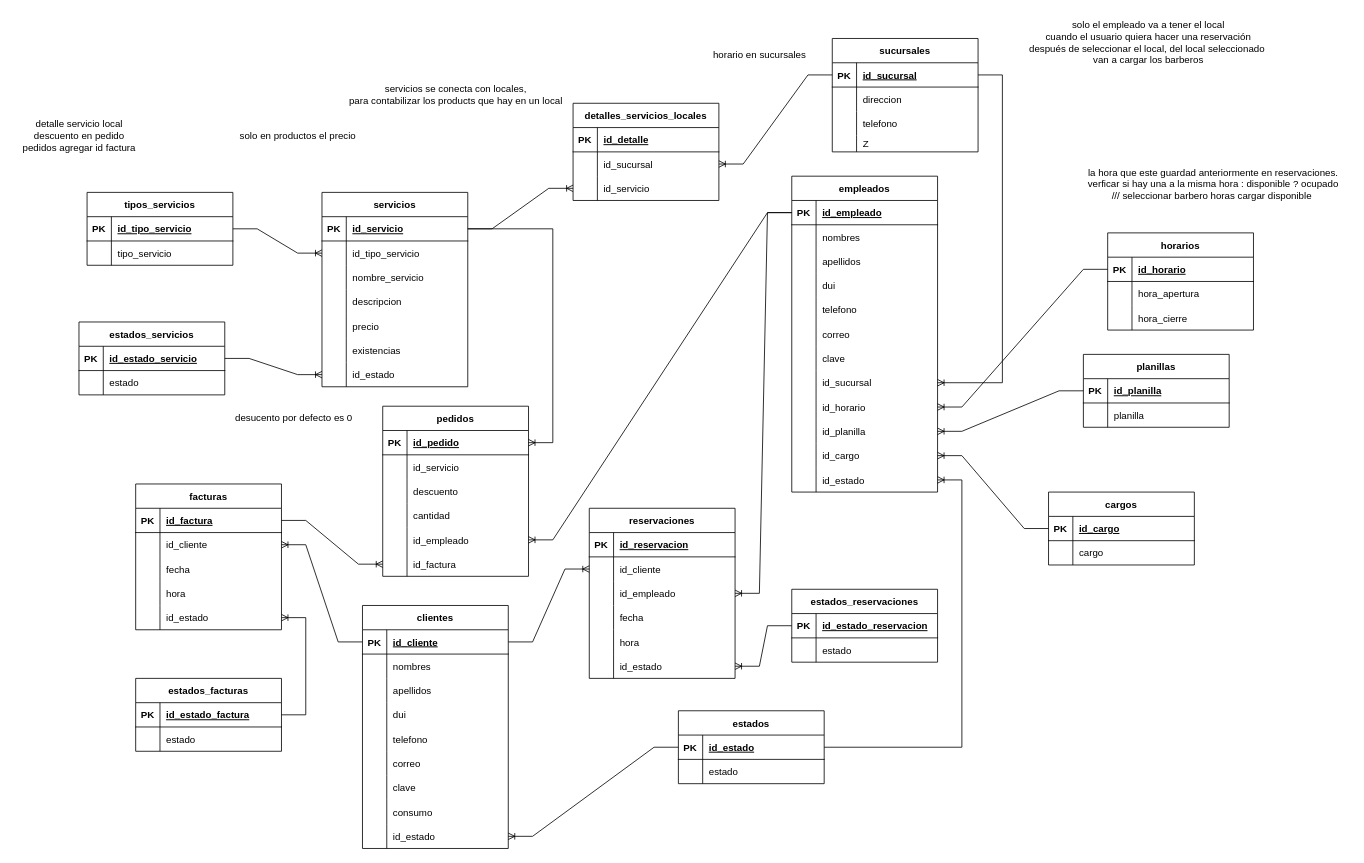
This is page "Modelo Lógico" (2 of 3) of Diagrama conceptual )1(.drawio from BerryBGoode/Makers_dev, a draw.io file, before an edit. Source tidied: cells renumbered, new cells numbered last; positions are measured from the earlier drawing's top-left corner, leaving out a move shared by most shapes. Both pictures are drawn from the tidied source at 81%, with x=0, y=0 at pixel (14, 14).
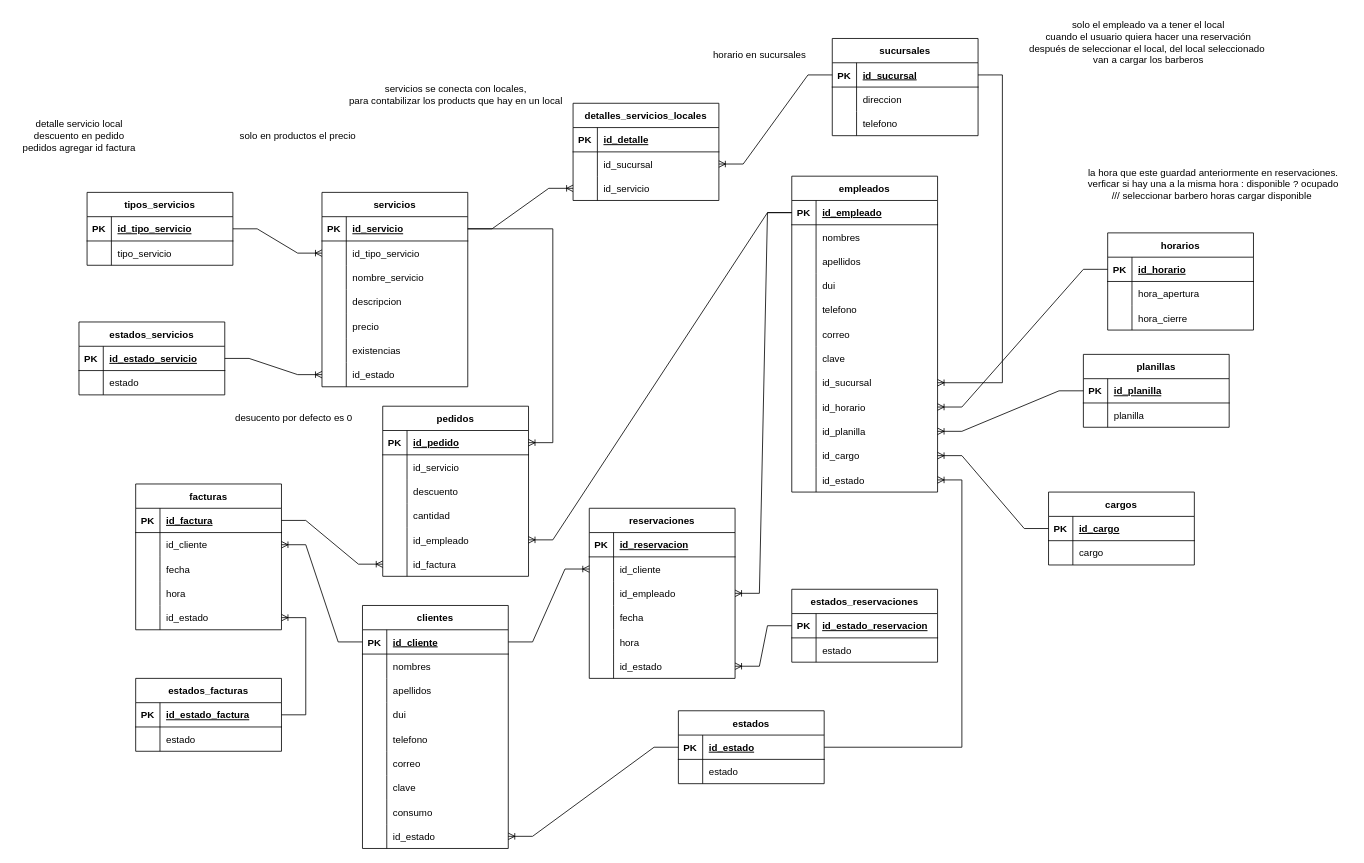
After the change.

Change to the diagram source:
```diff
@@
     <mxCell id="113" value="sucursales" style="shape=table;startSize=30;childLayout=tableLayout;rowLines=0;fontStyle=1;align=center;" parent="1" vertex="1">
-      <mxGeometry x="1010" y="30" width="180" height="140" as="geometry" />
+      <mxGeometry x="1010" y="30" width="180" height="120" as="geometry" />
     </mxCell>
@@
-    <mxCell id="123" style="shape=tableRow;horizontal=0;startSize=0;swimlaneHead=0;swimlaneBody=0;fillColor=none;top=0;left=0;right=0;bottom=0;" parent="113" vertex="1">
-      <mxGeometry y="120" width="180" height="20" as="geometry" />
-    </mxCell>
-    <mxCell id="124" style="shape=partialRectangle;fillColor=none;top=0;left=0;bottom=0;right=0;overflow=hidden;" parent="123" vertex="1">
-      <mxGeometry width="30" height="20" as="geometry" />
-    </mxCell>
-    <mxCell id="125" value="Z" style="shape=partialRectangle;fillColor=none;top=0;left=0;bottom=0;right=0;align=left;spacingLeft=6;overflow=hidden;" parent="123" vertex="1">
-      <mxGeometry x="30" width="150" height="20" as="geometry" />
-    </mxCell>
```
